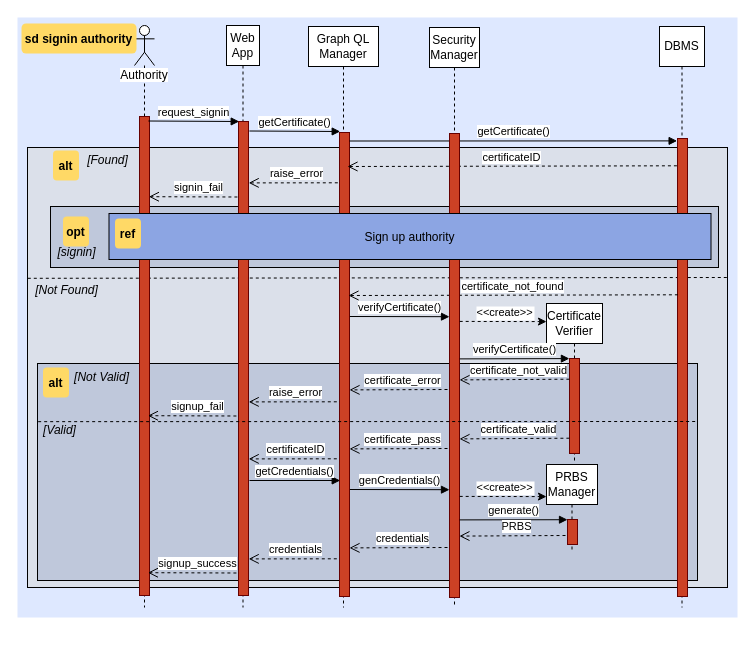
The draw.io diagram page "signin authority" (3 of 7) of DD/sequence diagrams.drawio in comidan/SafeStreets, before the edit. Source tidied: cells renumbered, new cells numbered last; positions are measured from the earlier drawing's top-left corner, leaving out a move shared by most shapes. Both pictures are drawn from the tidied source at 100%, with x=0, y=0 at pixel (17, 17).
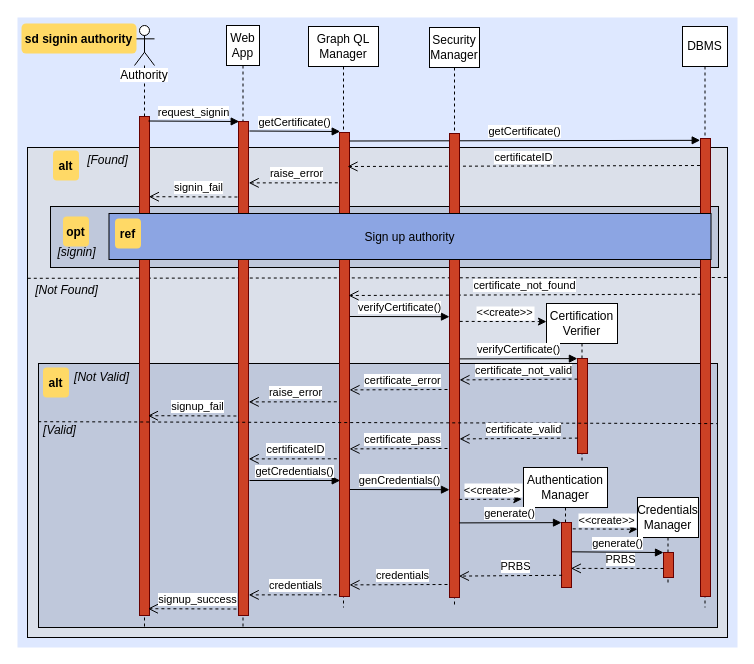
The same diagram, later.

The change refers to these unchanged cells:
```xml
<mxCell id="16" style="fillColor=#CC4125;strokeColor=#660000;" parent="15" vertex="1">
  <mxGeometry x="18" y="112" width="10" height="458" as="geometry" />
</mxCell>
```

Change to the diagram source:
```diff
@@
     <mxCell id="2" style="fillColor=#DEE8FF;strokeColor=none;" parent="1" vertex="1">
-      <mxGeometry width="720" height="600" as="geometry" />
+      <mxGeometry width="720" height="630" as="geometry" />
     </mxCell>
     <mxCell id="3" style="fillColor=#DBE0EA;" parent="1" vertex="1">
-      <mxGeometry x="10" y="130" width="700" height="440" as="geometry" />
+      <mxGeometry x="10" y="130" width="700" height="490" as="geometry" />
     </mxCell>
     <mxCell id="4" style="fillColor=#BFC8DB;" parent="1" vertex="1">
-      <mxGeometry x="20" y="346" width="660" height="217" as="geometry" />
+      <mxGeometry x="21" y="346" width="679" height="264" as="geometry" />
     </mxCell>
@@
     <mxCell id="8" value="Authority" style="shape=umlLifeline;participant=umlActor;perimeter=lifelinePerimeter;whiteSpace=wrap;html=1;verticalAlign=top;spacingTop=36;labelBackgroundColor=#ffffff;" parent="1" vertex="1">
-      <mxGeometry x="117" y="8" width="20" height="582" as="geometry" />
+      <mxGeometry x="117" y="8" width="20" height="602" as="geometry" />
     </mxCell>
     <mxCell id="9" style="fillColor=#CC4125;strokeColor=#660000;" parent="8" vertex="1">
-      <mxGeometry x="5" y="91" width="10" height="479" as="geometry" />
+      <mxGeometry x="5" y="91" width="10" height="499" as="geometry" />
     </mxCell>
@@
     <mxCell id="11" value="Web App" style="shape=umlLifeline;perimeter=lifelinePerimeter;whiteSpace=wrap;html=1;" parent="1" vertex="1">
-      <mxGeometry x="209" y="8" width="33" height="582" as="geometry" />
+      <mxGeometry x="209" y="8" width="33" height="602" as="geometry" />
     </mxCell>
     <mxCell id="12" style="fillColor=#CC4125;strokeColor=#660000;" parent="11" vertex="1">
-      <mxGeometry x="12" y="96" width="10" height="474" as="geometry" />
+      <mxGeometry x="12" y="96" width="10" height="494" as="geometry" />
     </mxCell>
@@
     <mxCell id="15" value="DBMS" style="shape=umlLifeline;perimeter=lifelinePerimeter;whiteSpace=wrap;html=1;" parent="1" vertex="1">
-      <mxGeometry x="642" y="9" width="45" height="581" as="geometry" />
+      <mxGeometry x="665" y="9" width="45" height="581" as="geometry" />
     </mxCell>
@@
-    <mxCell id="18" value="getCertificate()" style="html=1;verticalAlign=bottom;endArrow=block;exitX=0.941;exitY=0.005;exitDx=0;exitDy=0;exitPerimeter=0;entryX=0.014;entryY=0.003;entryDx=0;entryDy=0;entryPerimeter=0;" parent="1" edge="1">
+    <mxCell id="18" value="getCertificate()" style="html=1;verticalAlign=bottom;endArrow=block;exitX=0.941;exitY=0.005;exitDx=0;exitDy=0;exitPerimeter=0;entryX=-0.03;entryY=0.004;entryDx=0;entryDy=0;entryPerimeter=0;" parent="1" edge="1" target="16">
       <mxGeometry relative="1" as="geometry">
         <mxPoint x="331.9" y="123.5" as="sourcePoint" />
-        <mxPoint x="659.6" y="123.4" as="targetPoint" />
       </mxGeometry>
     </mxCell>
-    <mxCell id="19" value="certificateID" style="html=1;verticalAlign=bottom;endArrow=open;dashed=1;endSize=8;exitX=-0.008;exitY=0.085;exitDx=0;exitDy=0;exitPerimeter=0;" parent="1" edge="1">
+    <mxCell id="19" value="certificateID" style="html=1;verticalAlign=bottom;endArrow=open;dashed=1;endSize=8;exitX=-0.052;exitY=0.059;exitDx=0;exitDy=0;exitPerimeter=0;" parent="1" edge="1" source="16">
       <mxGeometry relative="1" as="geometry">
-        <mxPoint x="659.4" y="148.3" as="sourcePoint" />
         <mxPoint x="330" y="149" as="targetPoint" />
       </mxGeometry>
     </mxCell>
@@
-    <mxCell id="26" value="certificate_not_found" style="html=1;verticalAlign=bottom;endArrow=open;dashed=1;endSize=8;exitX=-0.008;exitY=0.085;exitDx=0;exitDy=0;exitPerimeter=0;" parent="1" edge="1">
+    <mxCell id="26" value="certificate_not_found" style="html=1;verticalAlign=bottom;endArrow=open;dashed=1;endSize=8;exitX=0.032;exitY=0.34;exitDx=0;exitDy=0;exitPerimeter=0;" parent="1" edge="1" source="16">
       <mxGeometry relative="1" as="geometry">
-        <mxPoint x="660.4" y="277.3" as="sourcePoint" />
         <mxPoint x="331" y="278" as="targetPoint" />
       </mxGeometry>
     </mxCell>
@@
-    <mxCell id="31" value="Certificate Verifier" style="shape=umlLifeline;perimeter=lifelinePerimeter;whiteSpace=wrap;html=1;" parent="1" vertex="1">
-      <mxGeometry x="529" y="286" width="56" height="157" as="geometry" />
+    <mxCell id="31" value="Certification Verifier" style="shape=umlLifeline;perimeter=lifelinePerimeter;whiteSpace=wrap;html=1;" parent="1" vertex="1">
+      <mxGeometry x="529" y="286" width="71" height="157" as="geometry" />
     </mxCell>
     <mxCell id="32" style="fillColor=#CC4125;strokeColor=#660000;" parent="31" vertex="1">
-      <mxGeometry x="23" y="55" width="10" height="95" as="geometry" />
+      <mxGeometry x="31" y="55" width="10" height="95" as="geometry" />
     </mxCell>
@@
-    <mxCell id="36" style="endArrow=none;dashed=1;html=1;exitX=0.001;exitY=0.268;exitDx=0;exitDy=0;exitPerimeter=0;" parent="1" edge="1" source="4">
+    <mxCell id="36" style="endArrow=none;dashed=1;html=1;exitX=0.001;exitY=0.268;exitDx=0;exitDy=0;exitPerimeter=0;entryX=1.002;entryY=0.277;entryDx=0;entryDy=0;entryPerimeter=0;" parent="1" edge="1">
       <mxGeometry relative="1" as="geometry">
-        <mxPoint x="680" y="404" as="targetPoint" />
+        <mxPoint x="20.7" y="404.2" as="sourcePoint" />
+        <mxPoint x="700.4" y="406.1" as="targetPoint" />
       </mxGeometry>
     </mxCell>
@@
-    <mxCell id="39" value="certificate_not_valid" style="html=1;verticalAlign=bottom;endArrow=open;dashed=1;endSize=8;exitX=-0.013;exitY=0.063;exitDx=0;exitDy=0;exitPerimeter=0;entryX=1.001;entryY=0.393;entryDx=0;entryDy=0;entryPerimeter=0;" parent="1" edge="1">
+    <mxCell id="39" value="certificate_not_valid" style="html=1;verticalAlign=bottom;endArrow=open;dashed=1;endSize=8;exitX=0.005;exitY=0.217;exitDx=0;exitDy=0;exitPerimeter=0;entryX=1.001;entryY=0.393;entryDx=0;entryDy=0;entryPerimeter=0;" parent="1" edge="1" source="32">
       <mxGeometry x="-0.08" relative="1" as="geometry">
-        <mxPoint x="551.9" y="361.7" as="sourcePoint" />
         <mxPoint x="442" y="362.4" as="targetPoint" />
       </mxGeometry>
     </mxCell>
@@
-    <mxCell id="43" value="certificate_valid" style="html=1;verticalAlign=bottom;endArrow=open;dashed=1;endSize=8;exitX=-0.013;exitY=0.063;exitDx=0;exitDy=0;exitPerimeter=0;entryX=1.001;entryY=0.393;entryDx=0;entryDy=0;entryPerimeter=0;" parent="1" edge="1">
+    <mxCell id="43" value="certificate_valid" style="html=1;verticalAlign=bottom;endArrow=open;dashed=1;endSize=8;exitX=0.036;exitY=0.838;exitDx=0;exitDy=0;exitPerimeter=0;entryX=1.001;entryY=0.393;entryDx=0;entryDy=0;entryPerimeter=0;" parent="1" edge="1" source="32">
       <mxGeometry x="-0.08" relative="1" as="geometry">
-        <mxPoint x="551.9" y="420.7" as="sourcePoint" />
         <mxPoint x="442" y="421.4" as="targetPoint" />
       </mxGeometry>
     </mxCell>
@@
-    <mxCell id="48" value="PRBS Manager" style="shape=umlLifeline;perimeter=lifelinePerimeter;whiteSpace=wrap;html=1;outlineConnect=0;" parent="1" vertex="1">
-      <mxGeometry x="529" y="447" width="51" height="86" as="geometry" />
+    <mxCell id="48" value="Credentials Manager" style="shape=umlLifeline;perimeter=lifelinePerimeter;whiteSpace=wrap;html=1;outlineConnect=0;" parent="1" vertex="1">
+      <mxGeometry x="620" y="480" width="61" height="86" as="geometry" />
     </mxCell>
     <mxCell id="49" style="fillColor=#CC4125;strokeColor=#660000;" parent="48" vertex="1">
-      <mxGeometry x="21" y="55" width="10" height="25" as="geometry" />
+      <mxGeometry x="26" y="55" width="10" height="25" as="geometry" />
     </mxCell>
-    <mxCell id="50" value="&lt;&lt;create&gt;&gt;" style="edgeStyle=none;verticalLabelPosition=top;verticalAlign=bottom;dashed=1;exitX=1.018;exitY=0.024;exitDx=0;exitDy=0;exitPerimeter=0;entryX=0.018;entryY=0.115;entryDx=0;entryDy=0;entryPerimeter=0;" parent="1" edge="1">
-      <mxGeometry x="79" y="270" as="geometry">
-        <mxPoint x="442.2" y="478.9" as="sourcePoint" />
-        <mxPoint x="529" y="479.1" as="targetPoint" />
+    <mxCell id="50" value="&lt;&lt;create&gt;&gt;" style="edgeStyle=none;verticalLabelPosition=top;verticalAlign=bottom;dashed=1;exitX=1.127;exitY=0.098;exitDx=0;exitDy=0;entryX=0;entryY=0.369;entryDx=0;entryDy=0;entryPerimeter=0;exitPerimeter=0;" parent="1" edge="1" source="59" target="48">
+      <mxGeometry x="165" y="301" as="geometry">
         <mxPoint x="2" as="offset" />
       </mxGeometry>
     </mxCell>
-    <mxCell id="51" value="generate()" style="html=1;verticalAlign=bottom;endArrow=block;entryX=0.003;entryY=0.332;entryDx=0;entryDy=0;entryPerimeter=0;exitX=0.997;exitY=0.553;exitDx=0;exitDy=0;exitPerimeter=0;" parent="1" edge="1">
-      <mxGeometry relative="1" as="geometry">
-        <mxPoint x="442" y="502.4" as="sourcePoint" />
-        <mxPoint x="550" y="502.2" as="targetPoint" />
-      </mxGeometry>
+    <mxCell id="51" value="generate()" style="html=1;verticalAlign=bottom;endArrow=block;entryX=0;entryY=0.002;entryDx=0;entryDy=0;entryPerimeter=0;exitX=0.993;exitY=0.451;exitDx=0;exitDy=0;exitPerimeter=0;" parent="1" edge="1" source="59" target="49">
+      <mxGeometry relative="1" as="geometry" />
     </mxCell>
-    <mxCell id="52" value="PRBS" style="html=1;verticalAlign=bottom;endArrow=open;dashed=1;endSize=8;entryX=0.992;entryY=0.572;entryDx=0;entryDy=0;entryPerimeter=0;" parent="1" edge="1">
-      <mxGeometry x="-0.08" relative="1" as="geometry">
-        <mxPoint x="548" y="518" as="sourcePoint" />
-        <mxPoint x="441.9" y="518.6" as="targetPoint" />
-      </mxGeometry>
+    <mxCell id="52" value="PRBS" style="html=1;verticalAlign=bottom;endArrow=open;dashed=1;endSize=8;entryX=0.94;entryY=0.706;entryDx=0;entryDy=0;entryPerimeter=0;exitX=0;exitY=0.639;exitDx=0;exitDy=0;exitPerimeter=0;" parent="1" edge="1" source="49" target="59">
+      <mxGeometry x="-0.08" relative="1" as="geometry" />
     </mxCell>
     <mxCell id="53" value="credentials" style="html=1;verticalAlign=bottom;endArrow=open;dashed=1;endSize=8;entryX=1.001;entryY=0.393;entryDx=0;entryDy=0;entryPerimeter=0;" parent="1" edge="1">
       <mxGeometry x="-0.08" relative="1" as="geometry">
-        <mxPoint x="430" y="530" as="sourcePoint" />
-        <mxPoint x="332" y="530.4" as="targetPoint" />
+        <mxPoint x="430" y="567" as="sourcePoint" />
+        <mxPoint x="332" y="567.4" as="targetPoint" />
       </mxGeometry>
     </mxCell>
     <mxCell id="54" value="credentials" style="html=1;verticalAlign=bottom;endArrow=open;dashed=1;endSize=8;exitX=-0.015;exitY=0.092;exitDx=0;exitDy=0;exitPerimeter=0;entryX=1.022;entryY=0.065;entryDx=0;entryDy=0;entryPerimeter=0;" parent="1" edge="1">
       <mxGeometry x="-0.08" relative="1" as="geometry">
-        <mxPoint x="319.3" y="541.3" as="sourcePoint" />
-        <mxPoint x="231.2" y="541.4" as="targetPoint" />
+        <mxPoint x="319.3" y="577.3" as="sourcePoint" />
+        <mxPoint x="231.2" y="577.4" as="targetPoint" />
       </mxGeometry>
     </mxCell>
     <mxCell id="55" value="signup_success" style="html=1;verticalAlign=bottom;endArrow=open;dashed=1;endSize=8;exitX=0.04;exitY=0.718;exitDx=0;exitDy=0;exitPerimeter=0;entryX=1.087;entryY=0.237;entryDx=0;entryDy=0;entryPerimeter=0;" parent="1" edge="1">
       <mxGeometry x="-0.11" relative="1" as="geometry">
-        <mxPoint x="218.9" y="555.5" as="sourcePoint" />
-        <mxPoint x="130.4" y="555.2" as="targetPoint" />
+        <mxPoint x="218.9" y="591.5" as="sourcePoint" />
+        <mxPoint x="130.4" y="591.2" as="targetPoint" />
       </mxGeometry>
     </mxCell>
@@
+    <mxCell id="58" value="Authentication Manager" style="shape=umlLifeline;perimeter=lifelinePerimeter;whiteSpace=wrap;html=1;" parent="1" vertex="1">
+      <mxGeometry x="506" y="450" width="84" height="120" as="geometry" />
+    </mxCell>
+    <mxCell id="59" style="fillColor=#CC4125;strokeColor=#660000;" parent="58" vertex="1">
+      <mxGeometry x="38" y="55" width="10" height="65" as="geometry" />
+    </mxCell>
+    <mxCell id="60" value="&lt;&lt;create&gt;&gt;" style="edgeStyle=none;verticalLabelPosition=top;verticalAlign=bottom;dashed=1;exitX=1.018;exitY=0.024;exitDx=0;exitDy=0;exitPerimeter=0;entryX=-0.019;entryY=0.369;entryDx=0;entryDy=0;entryPerimeter=0;" parent="1" edge="1">
+      <mxGeometry x="78.5" y="273" as="geometry">
+        <mxPoint x="441.7" y="481.9" as="sourcePoint" />
+        <mxPoint x="504.3" y="481.7" as="targetPoint" />
+        <mxPoint x="2" as="offset" />
+      </mxGeometry>
+    </mxCell>
+    <mxCell id="61" value="generate()" style="html=1;verticalAlign=bottom;endArrow=block;entryX=0;entryY=0.002;entryDx=0;entryDy=0;entryPerimeter=0;exitX=0.997;exitY=0.553;exitDx=0;exitDy=0;exitPerimeter=0;" parent="1" edge="1" target="59">
+      <mxGeometry relative="1" as="geometry">
+        <mxPoint x="441.5" y="505.4" as="sourcePoint" />
+      </mxGeometry>
+    </mxCell>
+    <mxCell id="62" value="PRBS" style="html=1;verticalAlign=bottom;endArrow=open;dashed=1;endSize=8;entryX=0.992;entryY=0.572;entryDx=0;entryDy=0;entryPerimeter=0;exitX=0.06;exitY=0.812;exitDx=0;exitDy=0;exitPerimeter=0;" parent="1" edge="1" source="59">
+      <mxGeometry x="-0.08" relative="1" as="geometry">
+        <mxPoint x="441.4" y="558.6" as="targetPoint" />
+      </mxGeometry>
+    </mxCell>
```
